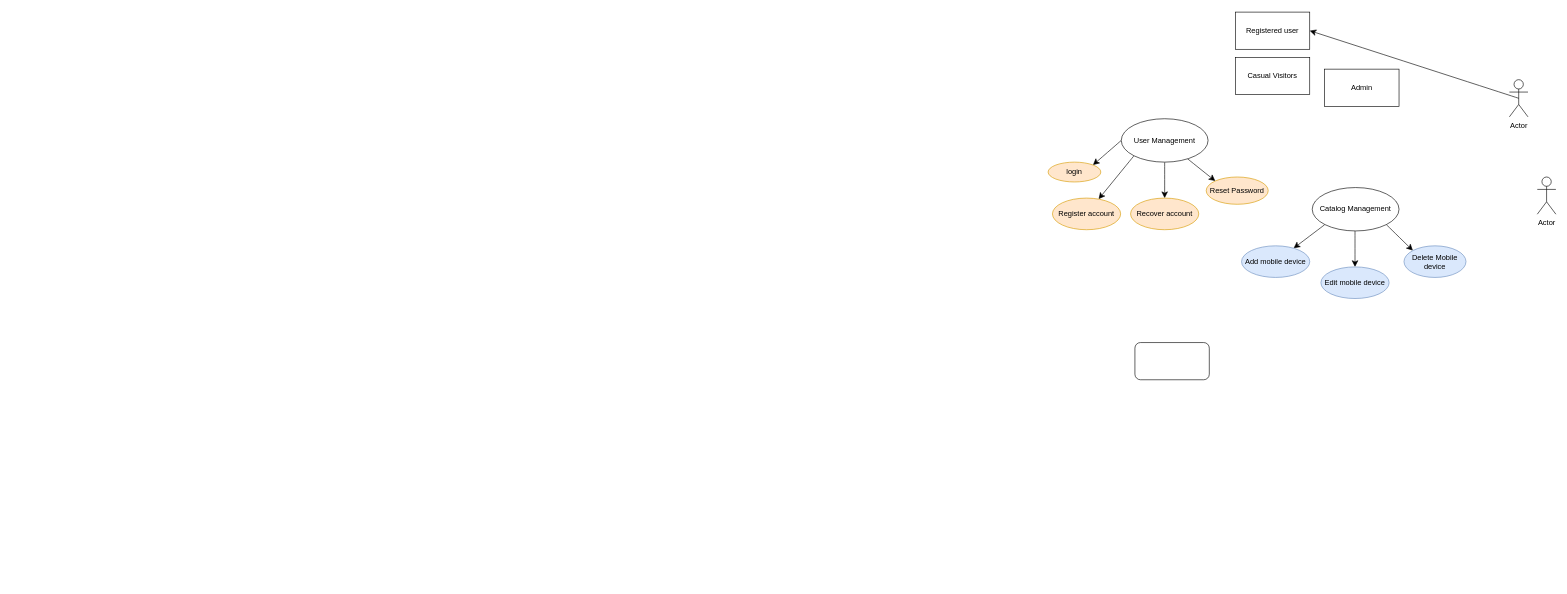
This is use casediagram.drawio from uzmonfire/erds, a draw.io file, before an edit. Source tidied: cells renumbered, new cells numbered last; positions are measured from the earlier drawing's top-left corner, leaving out a move shared by most shapes. Both pictures are drawn from the tidied source at 62%, with x=0, y=0 at pixel (1048, 12).
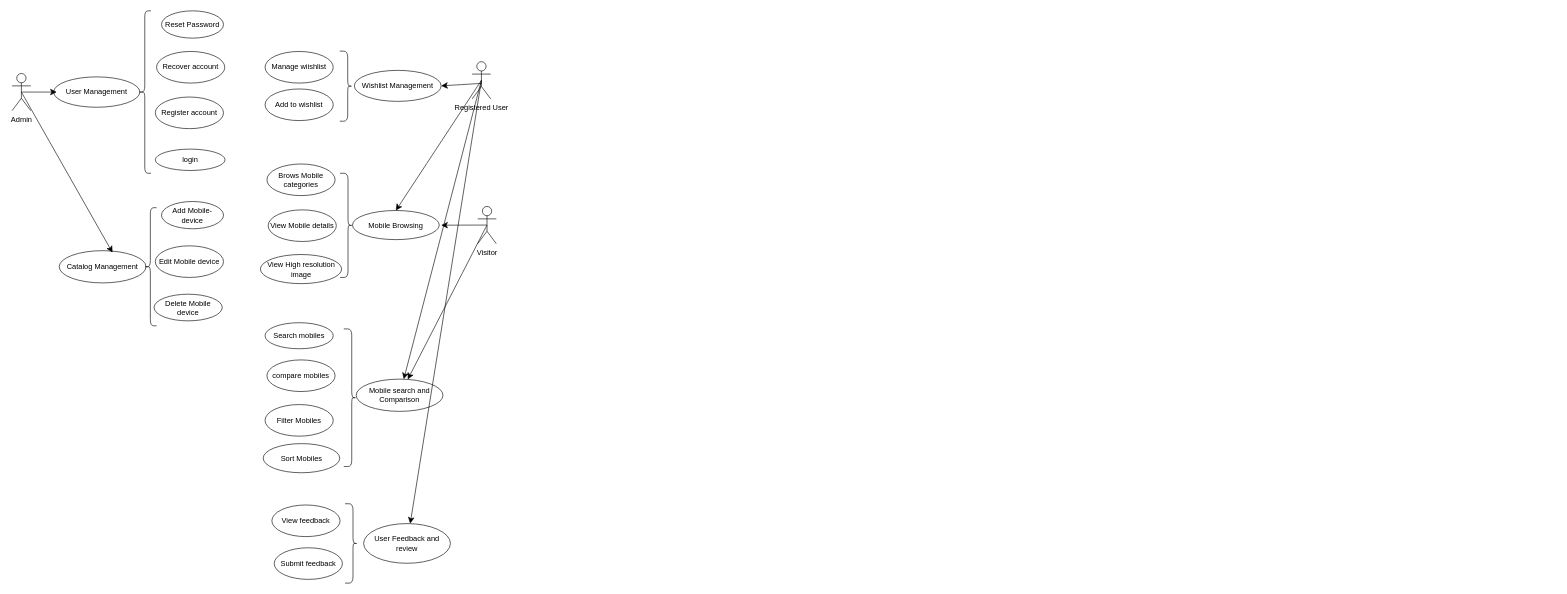
The same diagram, later.

The edit, as a diff of the source:
```diff
@@
-    <mxCell id="2" style="edgeStyle=none;curved=1;rounded=0;jettySize=auto;html=1;exitX=0.5;exitY=0.5;exitDx=0;exitDy=0;exitPerimeter=0;entryX=1;entryY=0.5;entryDx=0;entryDy=0;fontSize=12;startSize=8;endSize=8;" parent="1" edge="1" source="3" target="12">
-      <mxGeometry relative="1" as="geometry" />
-    </mxCell>
-    <mxCell id="3" value="Actor" style="shape=umlActor;verticalLabelPosition=bottom;verticalAlign=top;html=1;" parent="1" vertex="1">
-      <mxGeometry x="744" y="109" width="30" height="60" as="geometry" />
-    </mxCell>
-    <mxCell id="4" value="Actor" style="shape=umlActor;verticalLabelPosition=bottom;verticalAlign=top;html=1;" parent="1" vertex="1">
-      <mxGeometry x="789" y="266" width="30" height="60" as="geometry" />
-    </mxCell>
-    <mxCell id="5" style="edgeStyle=none;curved=1;rounded=0;jettySize=auto;html=1;fontSize=12;startSize=8;endSize=8;entryX=0;entryY=0;entryDx=0;entryDy=0;" parent="1" edge="1" source="9" target="16">
-      <mxGeometry relative="1" as="geometry" />
-    </mxCell>
-    <mxCell id="6" style="edgeStyle=none;curved=1;rounded=0;jettySize=auto;html=1;exitX=0;exitY=1;exitDx=0;exitDy=0;fontSize=12;startSize=8;endSize=8;" parent="1" edge="1" source="9" target="14">
-      <mxGeometry relative="1" as="geometry" />
-    </mxCell>
-    <mxCell id="7" style="edgeStyle=none;curved=1;rounded=0;jettySize=auto;html=1;exitX=0;exitY=0.5;exitDx=0;exitDy=0;entryX=1;entryY=0;entryDx=0;entryDy=0;fontSize=12;startSize=8;endSize=8;" parent="1" edge="1" source="9" target="17">
-      <mxGeometry relative="1" as="geometry" />
-    </mxCell>
-    <mxCell id="8" style="edgeStyle=none;curved=1;rounded=0;jettySize=auto;html=1;fontSize=12;startSize=8;endSize=8;" parent="1" edge="1" source="9" target="15">
-      <mxGeometry relative="1" as="geometry" />
-    </mxCell>
     <mxCell id="9" value="User Management" style="ellipse;whiteSpace=wrap;html=1;" parent="1" vertex="1">
-      <mxGeometry x="118" y="172" width="140" height="70" as="geometry" />
+      <mxGeometry x="-1604" y="104.5" width="139" height="49" as="geometry" />
     </mxCell>
-    <mxCell id="10" style="rounded=1;whiteSpace=wrap;html=1;" parent="1" vertex="1">
-      <mxGeometry x="140" y="533" width="120" height="60" as="geometry" />
-    </mxCell>
-    <mxCell id="11" value="Casual Visitors" style="rounded=0;whiteSpace=wrap;html=1;" parent="1" vertex="1">
-      <mxGeometry x="302" y="73" width="120" height="60" as="geometry" />
-    </mxCell>
-    <mxCell id="12" value="Registered user" style="rounded=0;whiteSpace=wrap;html=1;" parent="1" vertex="1">
-      <mxGeometry x="302" width="120" height="60" as="geometry" />
-    </mxCell>
-    <mxCell id="13" value="Admin" style="rounded=0;whiteSpace=wrap;html=1;" parent="1" vertex="1">
-      <mxGeometry x="446" y="92" width="120" height="60" as="geometry" />
-    </mxCell>
-    <mxCell id="14" value="Register account" style="ellipse;whiteSpace=wrap;html=1;fillColor=#ffe6cc;strokeColor=#d79b00;" parent="1" vertex="1">
-      <mxGeometry x="7" y="300" width="110" height="51" as="geometry" />
+    <mxCell id="14" value="Register account" style="ellipse;whiteSpace=wrap;html=1;" parent="1" vertex="1">
+      <mxGeometry x="-1440" y="137" width="110" height="51" as="geometry" />
     </mxCell>
-    <mxCell id="15" value="Recover account" style="ellipse;whiteSpace=wrap;html=1;fillColor=#ffe6cc;strokeColor=#d79b00;" parent="1" vertex="1">
-      <mxGeometry x="133" y="300" width="110" height="51" as="geometry" />
+    <mxCell id="15" value="Recover account" style="ellipse;whiteSpace=wrap;html=1;" parent="1" vertex="1">
+      <mxGeometry x="-1438" y="63.5" width="110" height="51" as="geometry" />
     </mxCell>
-    <mxCell id="16" value="Reset Password" style="ellipse;whiteSpace=wrap;html=1;fillColor=#ffe6cc;strokeColor=#d79b00;" parent="1" vertex="1">
-      <mxGeometry x="255" y="266" width="100" height="44" as="geometry" />
+    <mxCell id="16" value="Reset Password" style="ellipse;whiteSpace=wrap;html=1;" parent="1" vertex="1">
+      <mxGeometry x="-1430" y="-2" width="100" height="44" as="geometry" />
     </mxCell>
-    <mxCell id="17" value="login" style="ellipse;whiteSpace=wrap;html=1;fillColor=#ffe6cc;strokeColor=#d79b00;" parent="1" vertex="1">
-      <mxGeometry y="242" width="85" height="32" as="geometry" />
+    <mxCell id="17" value="login" style="ellipse;whiteSpace=wrap;html=1;" parent="1" vertex="1">
+      <mxGeometry x="-1440" y="221" width="112.5" height="34.5" as="geometry" />
     </mxCell>
     <mxCell id="18" value="Catalog Management" style="ellipse;whiteSpace=wrap;html=1;" parent="1" vertex="1">
-      <mxGeometry x="426" y="283" width="140" height="70" as="geometry" />
+      <mxGeometry x="-1595" y="384.8" width="140" height="52" as="geometry" />
     </mxCell>
-    <mxCell id="19" style="edgeStyle=none;curved=1;rounded=0;jettySize=auto;html=1;fontSize=12;startSize=8;endSize=8;entryX=0;entryY=0;entryDx=0;entryDy=0;exitX=1;exitY=1;exitDx=0;exitDy=0;" parent="1" edge="1" source="18" target="24">
-      <mxGeometry relative="1" as="geometry" />
-    </mxCell>
-    <mxCell id="20" style="edgeStyle=none;curved=1;rounded=0;jettySize=auto;html=1;exitX=0;exitY=1;exitDx=0;exitDy=0;fontSize=12;startSize=8;endSize=8;" parent="1" edge="1" target="22">
-      <mxGeometry relative="1" as="geometry">
-        <mxPoint x="446" y="343" as="sourcePoint" />
-      </mxGeometry>
-    </mxCell>
-    <mxCell id="21" style="edgeStyle=none;curved=1;rounded=0;jettySize=auto;html=1;fontSize=12;startSize=8;endSize=8;" parent="1" edge="1" target="23">
-      <mxGeometry relative="1" as="geometry">
-        <mxPoint x="495" y="353" as="sourcePoint" />
-      </mxGeometry>
-    </mxCell>
-    <mxCell id="22" value="Add mobile device" style="ellipse;whiteSpace=wrap;html=1;fillColor=#dae8fc;strokeColor=#6c8ebf;" parent="1" vertex="1">
-      <mxGeometry x="312" y="377" width="110" height="51" as="geometry" />
-    </mxCell>
-    <mxCell id="23" value="Edit mobile device" style="ellipse;whiteSpace=wrap;html=1;fillColor=#dae8fc;strokeColor=#6c8ebf;" parent="1" vertex="1">
-      <mxGeometry x="440" y="411" width="110" height="51" as="geometry" />
-    </mxCell>
+    <mxCell id="25" value="Mobile Browsing" style="ellipse;whiteSpace=wrap;html=1;" parent="1" vertex="1">
+      <mxGeometry x="-1122" y="320" width="140" height="47" as="geometry" />
+    </mxCell>
+    <mxCell id="26" value="Brows Mobile categories" style="ellipse;whiteSpace=wrap;html=1;" parent="1" vertex="1">
+      <mxGeometry x="-1260" y="245" width="110" height="51" as="geometry" />
+    </mxCell>
+    <mxCell id="27" value="View High resolution image" style="ellipse;whiteSpace=wrap;html=1;" parent="1" vertex="1">
+      <mxGeometry x="-1270.5" y="391" width="131" height="47" as="geometry" />
+    </mxCell>
+    <mxCell id="28" value="Mobile search and Comparison" style="ellipse;whiteSpace=wrap;html=1;" parent="1" vertex="1">
+      <mxGeometry x="-1116" y="592" width="140" height="52" as="geometry" />
+    </mxCell>
+    <mxCell id="29" value="compare mobiles" style="ellipse;whiteSpace=wrap;html=1;" parent="1" vertex="1">
+      <mxGeometry x="-1260" y="561" width="110" height="51" as="geometry" />
+    </mxCell>
+    <mxCell id="30" value="Filter Mobiles" style="ellipse;whiteSpace=wrap;html=1;" parent="1" vertex="1">
+      <mxGeometry x="-1263" y="633" width="110" height="51" as="geometry" />
+    </mxCell>
+    <mxCell id="31" value="Sort Mobiles" style="ellipse;whiteSpace=wrap;html=1;" parent="1" vertex="1">
+      <mxGeometry x="-1266" y="696" width="123.5" height="47" as="geometry" />
+    </mxCell>
+    <mxCell id="32" value="Search mobiles" style="ellipse;whiteSpace=wrap;html=1;" parent="1" vertex="1">
+      <mxGeometry x="-1263" y="501" width="110" height="42" as="geometry" />
+    </mxCell>
+    <mxCell id="33" value="Wishlist Management" style="ellipse;whiteSpace=wrap;html=1;" parent="1" vertex="1">
+      <mxGeometry x="-1119" y="94" width="140" height="50" as="geometry" />
+    </mxCell>
+    <mxCell id="34" value="Add to wishlist" style="ellipse;whiteSpace=wrap;html=1;" parent="1" vertex="1">
+      <mxGeometry x="-1263" y="124" width="110" height="51" as="geometry" />
+    </mxCell>
+    <mxCell id="35" value="Manage wiishlist" style="ellipse;whiteSpace=wrap;html=1;" parent="1" vertex="1">
+      <mxGeometry x="-1263" y="63.5" width="110" height="51" as="geometry" />
+    </mxCell>
+    <mxCell id="36" value="User Feedback and review" style="ellipse;whiteSpace=wrap;html=1;" parent="1" vertex="1">
+      <mxGeometry x="-1104" y="825" width="140" height="64" as="geometry" />
+    </mxCell>
+    <mxCell id="37" value="Submit feedback" style="ellipse;whiteSpace=wrap;html=1;" parent="1" vertex="1">
+      <mxGeometry x="-1248.2" y="864" width="110" height="51" as="geometry" />
+    </mxCell>
+    <mxCell id="38" value="View feedback" style="ellipse;whiteSpace=wrap;html=1;" parent="1" vertex="1">
+      <mxGeometry x="-1252" y="795" width="110" height="51" as="geometry" />
+    </mxCell>
+    <mxCell id="13" value="Admin" style="shape=umlActor;verticalLabelPosition=bottom;verticalAlign=top;html=1;" parent="1" vertex="1">
+      <mxGeometry x="-1671" y="99" width="30" height="60" as="geometry" />
+    </mxCell>
+    <mxCell id="39" style="edgeStyle=none;curved=1;rounded=0;jettySize=auto;html=1;exitX=0.5;exitY=0.5;exitDx=0;exitDy=0;exitPerimeter=0;fontSize=12;startSize=8;endSize=8;" parent="1" edge="1" source="41">
+      <mxGeometry relative="1" as="geometry">
+        <mxPoint x="-978.9" y="343.7" as="targetPoint" />
+      </mxGeometry>
+    </mxCell>
+    <mxCell id="40" style="edgeStyle=none;curved=1;rounded=0;jettySize=auto;html=1;exitX=0.5;exitY=0.5;exitDx=0;exitDy=0;exitPerimeter=0;fontSize=12;startSize=8;endSize=8;" parent="1" edge="1" source="41" target="28">
+      <mxGeometry relative="1" as="geometry" />
+    </mxCell>
+    <mxCell id="41" value="Visitor" style="shape=umlActor;verticalLabelPosition=bottom;verticalAlign=top;html=1;" parent="1" vertex="1">
+      <mxGeometry x="-920" y="313.5" width="30" height="60" as="geometry" />
+    </mxCell>
+    <mxCell id="42" style="edgeStyle=none;curved=1;rounded=0;jettySize=auto;html=1;exitX=0.5;exitY=0.5;exitDx=0;exitDy=0;exitPerimeter=0;fontSize=12;startSize=8;endSize=8;entryX=1;entryY=0.5;entryDx=0;entryDy=0;" parent="1" edge="1" target="33">
+      <mxGeometry relative="1" as="geometry">
+        <mxPoint x="-914" y="115" as="sourcePoint" />
+      </mxGeometry>
+    </mxCell>
+    <mxCell id="43" style="edgeStyle=none;curved=1;rounded=0;jettySize=auto;html=1;exitX=0.5;exitY=0.5;exitDx=0;exitDy=0;exitPerimeter=0;entryX=0.5;entryY=0;entryDx=0;entryDy=0;fontSize=12;startSize=8;endSize=8;" parent="1" edge="1" source="46" target="25">
+      <mxGeometry relative="1" as="geometry" />
+    </mxCell>
+    <mxCell id="44" style="edgeStyle=none;curved=1;rounded=0;jettySize=auto;html=1;exitX=0.5;exitY=0.5;exitDx=0;exitDy=0;exitPerimeter=0;fontSize=12;startSize=8;endSize=8;" parent="1" edge="1" source="46" target="28">
+      <mxGeometry relative="1" as="geometry" />
+    </mxCell>
+    <mxCell id="45" style="edgeStyle=none;curved=1;rounded=0;jettySize=auto;html=1;exitX=0.5;exitY=0.5;exitDx=0;exitDy=0;exitPerimeter=0;fontSize=12;startSize=8;endSize=8;" parent="1" edge="1" source="46" target="36">
+      <mxGeometry relative="1" as="geometry" />
+    </mxCell>
+    <mxCell id="46" value="Registered User" style="shape=umlActor;verticalLabelPosition=bottom;verticalAlign=top;html=1;" parent="1" vertex="1">
+      <mxGeometry x="-929" y="80" width="30" height="60" as="geometry" />
+    </mxCell>
+    <mxCell id="47" style="shape=curlyBracket;whiteSpace=wrap;html=1;rounded=1;labelPosition=left;verticalLabelPosition=middle;align=right;verticalAlign=middle;" parent="1" vertex="1">
+      <mxGeometry x="-1467" y="-2" width="20" height="262" as="geometry" />
+    </mxCell>
+    <mxCell id="48" style="edgeStyle=none;curved=1;rounded=0;jettySize=auto;html=1;exitX=0.5;exitY=0.5;exitDx=0;exitDy=0;exitPerimeter=0;fontSize=12;startSize=8;endSize=8;" parent="1" edge="1" source="13">
+      <mxGeometry relative="1" as="geometry">
+        <mxPoint x="-1599" y="129" as="targetPoint" />
+      </mxGeometry>
+    </mxCell>
-    <mxCell id="24" value="Delete Mobile device" style="ellipse;whiteSpace=wrap;html=1;fillColor=#dae8fc;strokeColor=#6c8ebf;" parent="1" vertex="1">
-      <mxGeometry x="574" y="377" width="100" height="51" as="geometry" />
+    <mxCell id="24" value="Delete Mobile device" style="ellipse;whiteSpace=wrap;html=1;" parent="1" vertex="1">
+      <mxGeometry x="-1442" y="455" width="110" height="43" as="geometry" />
     </mxCell>
+    <mxCell id="49" value="Edit Mobile device" style="ellipse;whiteSpace=wrap;html=1;" parent="1" vertex="1">
+      <mxGeometry x="-1440" y="377" width="110" height="51" as="geometry" />
+    </mxCell>
+    <mxCell id="50" value="Add Mobile-device" style="ellipse;whiteSpace=wrap;html=1;" parent="1" vertex="1">
+      <mxGeometry x="-1430" y="305.5" width="100" height="44" as="geometry" />
+    </mxCell>
+    <mxCell id="51" style="edgeStyle=none;curved=1;rounded=0;jettySize=auto;html=1;exitX=0.5;exitY=0.5;exitDx=0;exitDy=0;exitPerimeter=0;entryX=0.614;entryY=0.06;entryDx=0;entryDy=0;entryPerimeter=0;fontSize=12;startSize=8;endSize=8;" parent="1" edge="1" source="13" target="18">
+      <mxGeometry relative="1" as="geometry" />
+    </mxCell>
+    <mxCell id="52" value="View Mobile details" style="ellipse;whiteSpace=wrap;html=1;" parent="1" vertex="1">
+      <mxGeometry x="-1258" y="319" width="110" height="51" as="geometry" />
+    </mxCell>
+    <mxCell id="53" style="shape=curlyBracket;whiteSpace=wrap;html=1;rounded=1;labelPosition=left;verticalLabelPosition=middle;align=right;verticalAlign=middle;" parent="1" vertex="1">
+      <mxGeometry x="-1458" y="315.5" width="20" height="190.5" as="geometry" />
+    </mxCell>
+    <mxCell id="54" style="shape=curlyBracket;whiteSpace=wrap;html=1;rounded=1;flipH=1;labelPosition=right;verticalLabelPosition=middle;align=left;verticalAlign=middle;size=0.3586944580078125;" parent="1" vertex="1">
+      <mxGeometry x="-1142" y="260" width="20" height="168" as="geometry" />
+    </mxCell>
+    <mxCell id="55" style="shape=curlyBracket;whiteSpace=wrap;html=1;rounded=1;flipH=1;labelPosition=right;verticalLabelPosition=middle;align=left;verticalAlign=middle;size=0.3586944580078125;" parent="1" vertex="1">
+      <mxGeometry x="-1136" y="511" width="20" height="222" as="geometry" />
+    </mxCell>
+    <mxCell id="56" style="shape=curlyBracket;whiteSpace=wrap;html=1;rounded=1;flipH=1;labelPosition=right;verticalLabelPosition=middle;align=left;verticalAlign=middle;size=0.3586944580078125;" parent="1" vertex="1">
+      <mxGeometry x="-1142.5" y="63" width="20" height="113" as="geometry" />
+    </mxCell>
+    <mxCell id="57" style="shape=curlyBracket;whiteSpace=wrap;html=1;rounded=1;flipH=1;labelPosition=right;verticalLabelPosition=middle;align=left;verticalAlign=middle;size=0.3586944580078125;" parent="1" vertex="1">
+      <mxGeometry x="-1134" y="793" width="20" height="128" as="geometry" />
+    </mxCell>
```
